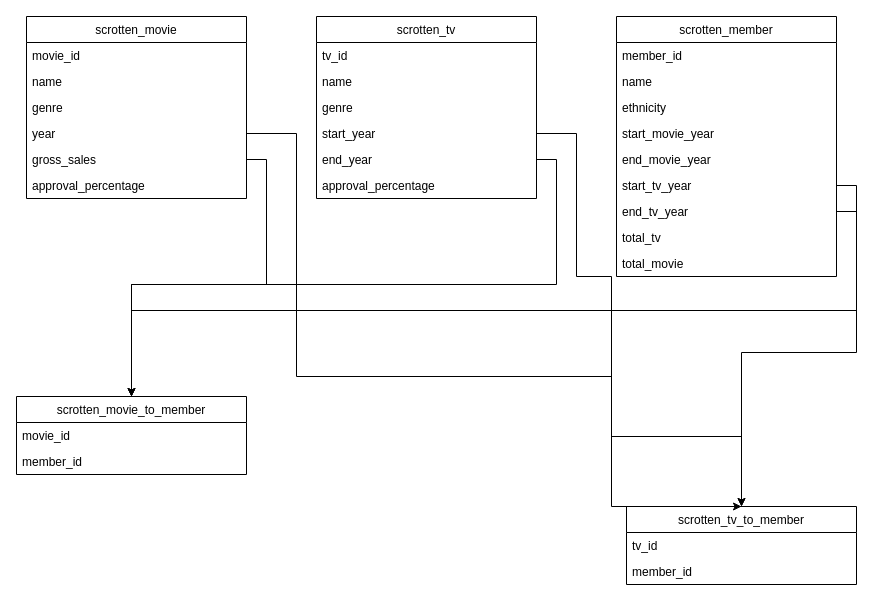
Above: design/rotten_scrapper_design.drawio in ctjong27/scrotten_movies (draw.io), before the change. Source tidied: cells renumbered, new cells numbered last; positions are measured from the earlier drawing's top-left corner, leaving out a move shared by most shapes. Both pictures are drawn from the tidied source at 100%, with x=0, y=0 at pixel (16, 16).
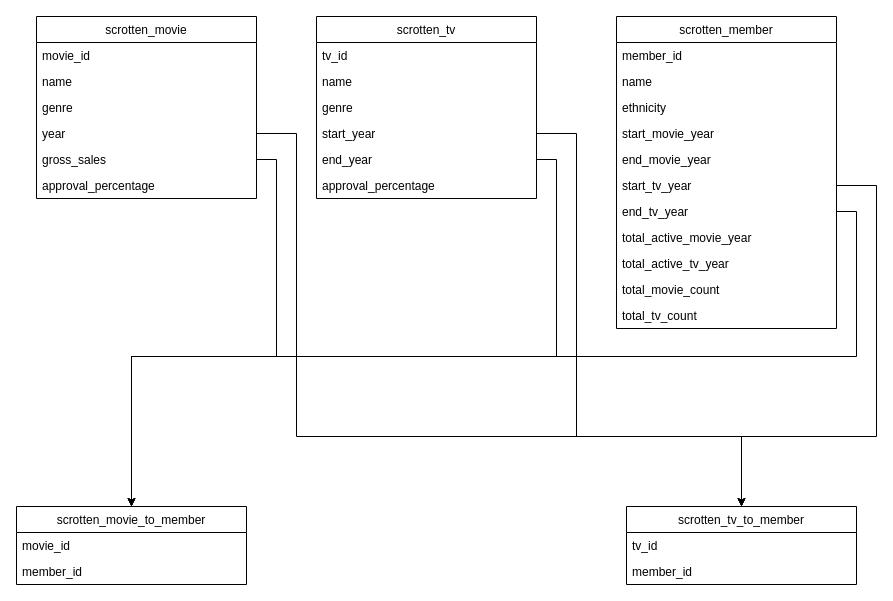
The same diagram, later.

Commit message:
Updated Scrotten Member Data Design

The change refers to these unchanged cells:
```xml
<mxCell id="6" value="year" style="text;strokeColor=none;fillColor=none;align=left;verticalAlign=top;spacingLeft=4;spacingRight=4;overflow=hidden;points=[[0,0.5],[1,0.5]];portConstraint=eastwest;" parent="2" vertex="1">
  <mxGeometry y="104" width="220" height="26" as="geometry" />
</mxCell>
<mxCell id="7" value="gross_sales" style="text;strokeColor=none;fillColor=none;align=left;verticalAlign=top;spacingLeft=4;spacingRight=4;overflow=hidden;points=[[0,0.5],[1,0.5]];portConstraint=eastwest;" parent="2" vertex="1">
  <mxGeometry y="130" width="220" height="26" as="geometry" />
</mxCell>
<mxCell id="15" value="start_tv_year" style="text;strokeColor=none;fillColor=none;align=left;verticalAlign=top;spacingLeft=4;spacingRight=4;overflow=hidden;points=[[0,0.5],[1,0.5]];portConstraint=eastwest;" parent="9" vertex="1">
  <mxGeometry y="156" width="220" height="26" as="geometry" />
</mxCell>
<mxCell id="16" value="end_tv_year" style="text;strokeColor=none;fillColor=none;align=left;verticalAlign=top;spacingLeft=4;spacingRight=4;overflow=hidden;points=[[0,0.5],[1,0.5]];portConstraint=eastwest;" parent="9" vertex="1">
  <mxGeometry y="182" width="220" height="26" as="geometry" />
</mxCell>
<mxCell id="23" value="start_year" style="text;strokeColor=none;fillColor=none;align=left;verticalAlign=top;spacingLeft=4;spacingRight=4;overflow=hidden;points=[[0,0.5],[1,0.5]];portConstraint=eastwest;" parent="19" vertex="1">
  <mxGeometry y="104" width="220" height="26" as="geometry" />
</mxCell>
<mxCell id="24" value="end_year" style="text;strokeColor=none;fillColor=none;align=left;verticalAlign=top;spacingLeft=4;spacingRight=4;overflow=hidden;points=[[0,0.5],[1,0.5]];portConstraint=eastwest;" parent="19" vertex="1">
  <mxGeometry y="130" width="220" height="26" as="geometry" />
</mxCell>
<mxCell id="29" value="scrotten_tv_to_member" style="swimlane;fontStyle=0;horizontal=1;startSize=26;fillColor=none;" parent="1" vertex="1">
  <mxGeometry x="610" y="490" width="230" height="78" as="geometry" />
</mxCell>
```

Diff of the diagram source:
```diff
@@
     <mxCell id="2" value="scrotten_movie" style="swimlane;fontStyle=0;horizontal=1;startSize=26;" parent="1" vertex="1">
-      <mxGeometry x="10" width="220" height="182" as="geometry" />
+      <mxGeometry x="20" width="220" height="182" as="geometry" />
     </mxCell>
@@
     <mxCell id="9" value="scrotten_member" style="swimlane;fontStyle=0;horizontal=1;startSize=26;" parent="1" vertex="1">
-      <mxGeometry x="600" width="220" height="260" as="geometry" />
+      <mxGeometry x="600" width="220" height="312" as="geometry" />
     </mxCell>
@@
-    <mxCell id="17" value="total_tv" style="text;strokeColor=none;fillColor=none;align=left;verticalAlign=top;spacingLeft=4;spacingRight=4;overflow=hidden;" parent="9" vertex="1">
+    <mxCell id="17" value="total_active_movie_year" style="text;strokeColor=none;fillColor=none;align=left;verticalAlign=top;spacingLeft=4;spacingRight=4;overflow=hidden;" parent="9" vertex="1">
       <mxGeometry y="208" width="220" height="26" as="geometry" />
     </mxCell>
-    <mxCell id="18" value="total_movie" style="text;strokeColor=none;fillColor=none;align=left;verticalAlign=top;spacingLeft=4;spacingRight=4;overflow=hidden;" parent="9" vertex="1">
+    <mxCell id="18" value="total_active_tv_year" style="text;strokeColor=none;fillColor=none;align=left;verticalAlign=top;spacingLeft=4;spacingRight=4;overflow=hidden;" parent="9" vertex="1">
       <mxGeometry y="234" width="220" height="26" as="geometry" />
     </mxCell>
+    <mxCell id="38" value="total_movie_count" style="text;strokeColor=none;fillColor=none;align=left;verticalAlign=top;spacingLeft=4;spacingRight=4;overflow=hidden;" parent="9" vertex="1">
+      <mxGeometry y="260" width="220" height="26" as="geometry" />
+    </mxCell>
+    <mxCell id="39" value="total_tv_count" style="text;strokeColor=none;fillColor=none;align=left;verticalAlign=top;spacingLeft=4;spacingRight=4;overflow=hidden;" parent="9" vertex="1">
+      <mxGeometry y="286" width="220" height="26" as="geometry" />
+    </mxCell>
@@
     <mxCell id="26" value="scrotten_movie_to_member" style="swimlane;fontStyle=0;horizontal=1;startSize=26;fillColor=none;" parent="1" vertex="1">
-      <mxGeometry y="380" width="230" height="78" as="geometry" />
+      <mxGeometry y="490" width="230" height="78" as="geometry" />
     </mxCell>
@@
     <mxCell id="32" style="edgeStyle=orthogonalEdgeStyle;rounded=0;jettySize=auto;html=1;exitX=1;exitY=0.5;exitDx=0;exitDy=0;entryX=0.5;entryY=0;entryDx=0;entryDy=0;" parent="1" edge="1" source="7" target="26">
-      <mxGeometry relative="1" as="geometry" />
+      <mxGeometry relative="1" as="geometry">
+        <Array as="points">
+          <mxPoint x="260" y="143" />
+          <mxPoint x="260" y="340" />
+          <mxPoint x="115" y="340" />
+        </Array>
+      </mxGeometry>
     </mxCell>
     <mxCell id="33" style="edgeStyle=orthogonalEdgeStyle;rounded=0;jettySize=auto;html=1;exitX=1;exitY=0.5;exitDx=0;exitDy=0;entryX=0.5;entryY=0;entryDx=0;entryDy=0;" parent="1" edge="1" source="24" target="26">
-      <mxGeometry relative="1" as="geometry" />
+      <mxGeometry relative="1" as="geometry">
+        <Array as="points">
+          <mxPoint x="540" y="143" />
+          <mxPoint x="540" y="340" />
+          <mxPoint x="115" y="340" />
+        </Array>
+      </mxGeometry>
     </mxCell>
     <mxCell id="34" style="edgeStyle=orthogonalEdgeStyle;rounded=0;jettySize=auto;html=1;exitX=1;exitY=0.5;exitDx=0;exitDy=0;entryX=0.5;entryY=0;entryDx=0;entryDy=0;" parent="1" edge="1" source="16" target="26">
-      <mxGeometry relative="1" as="geometry" />
+      <mxGeometry relative="1" as="geometry">
+        <Array as="points">
+          <mxPoint x="840" y="195" />
+          <mxPoint x="840" y="340" />
+          <mxPoint x="115" y="340" />
+        </Array>
+      </mxGeometry>
     </mxCell>
     <mxCell id="35" style="edgeStyle=orthogonalEdgeStyle;rounded=0;jettySize=auto;html=1;exitX=1;exitY=0.5;exitDx=0;exitDy=0;entryX=0.5;entryY=0;entryDx=0;entryDy=0;" parent="1" edge="1" source="6" target="29">
       <mxGeometry relative="1" as="geometry">
         <Array as="points">
           <mxPoint x="280" y="117" />
-          <mxPoint x="280" y="360" />
-          <mxPoint x="595" y="360" />
+          <mxPoint x="280" y="420" />
+          <mxPoint x="725" y="420" />
         </Array>
       </mxGeometry>
     </mxCell>
     <mxCell id="36" style="edgeStyle=orthogonalEdgeStyle;rounded=0;jettySize=auto;html=1;exitX=1;exitY=0.5;exitDx=0;exitDy=0;entryX=0.5;entryY=0;entryDx=0;entryDy=0;" parent="1" edge="1" source="23" target="29">
       <mxGeometry relative="1" as="geometry">
         <Array as="points">
           <mxPoint x="560" y="117" />
-          <mxPoint x="560" y="260" />
-          <mxPoint x="595" y="260" />
-          <mxPoint x="595" y="420" />
+          <mxPoint x="560" y="420" />
           <mxPoint x="725" y="420" />
         </Array>
       </mxGeometry>
     </mxCell>
     <mxCell id="37" style="edgeStyle=orthogonalEdgeStyle;rounded=0;jettySize=auto;html=1;exitX=1;exitY=0.5;exitDx=0;exitDy=0;entryX=0.5;entryY=0;entryDx=0;entryDy=0;" parent="1" edge="1" source="15" target="29">
-      <mxGeometry relative="1" as="geometry" />
+      <mxGeometry relative="1" as="geometry">
+        <Array as="points">
+          <mxPoint x="860" y="169" />
+          <mxPoint x="860" y="420" />
+          <mxPoint x="725" y="420" />
+        </Array>
+      </mxGeometry>
     </mxCell>
```
